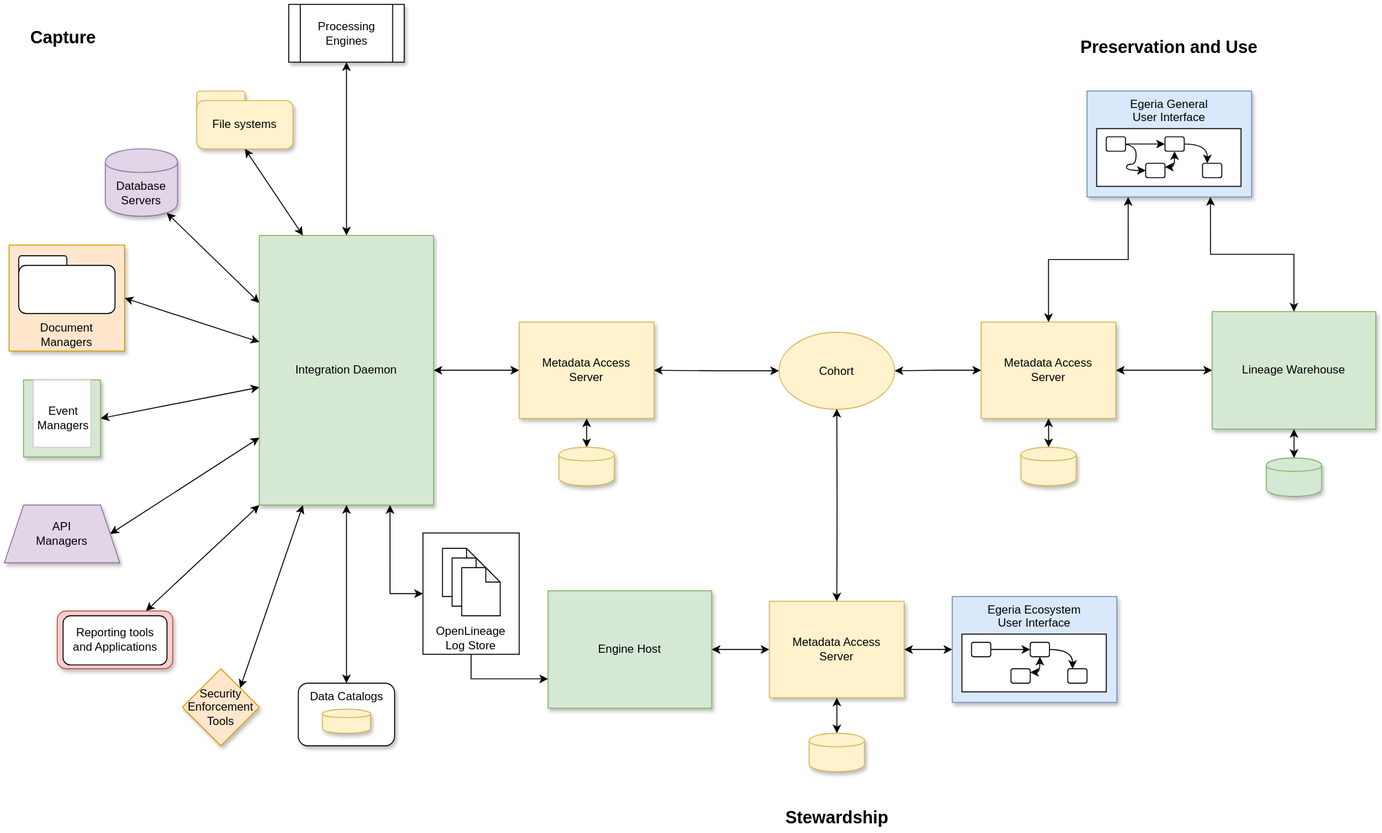
Above: site/docs/features/lineage-management/lineage-architecture.svg in odpi/egeria-docs (draw.io), before the change. Source tidied: cells renumbered, new cells last; positions are measured from the earlier drawing's top-left corner, leaving out a move shared by most shapes.
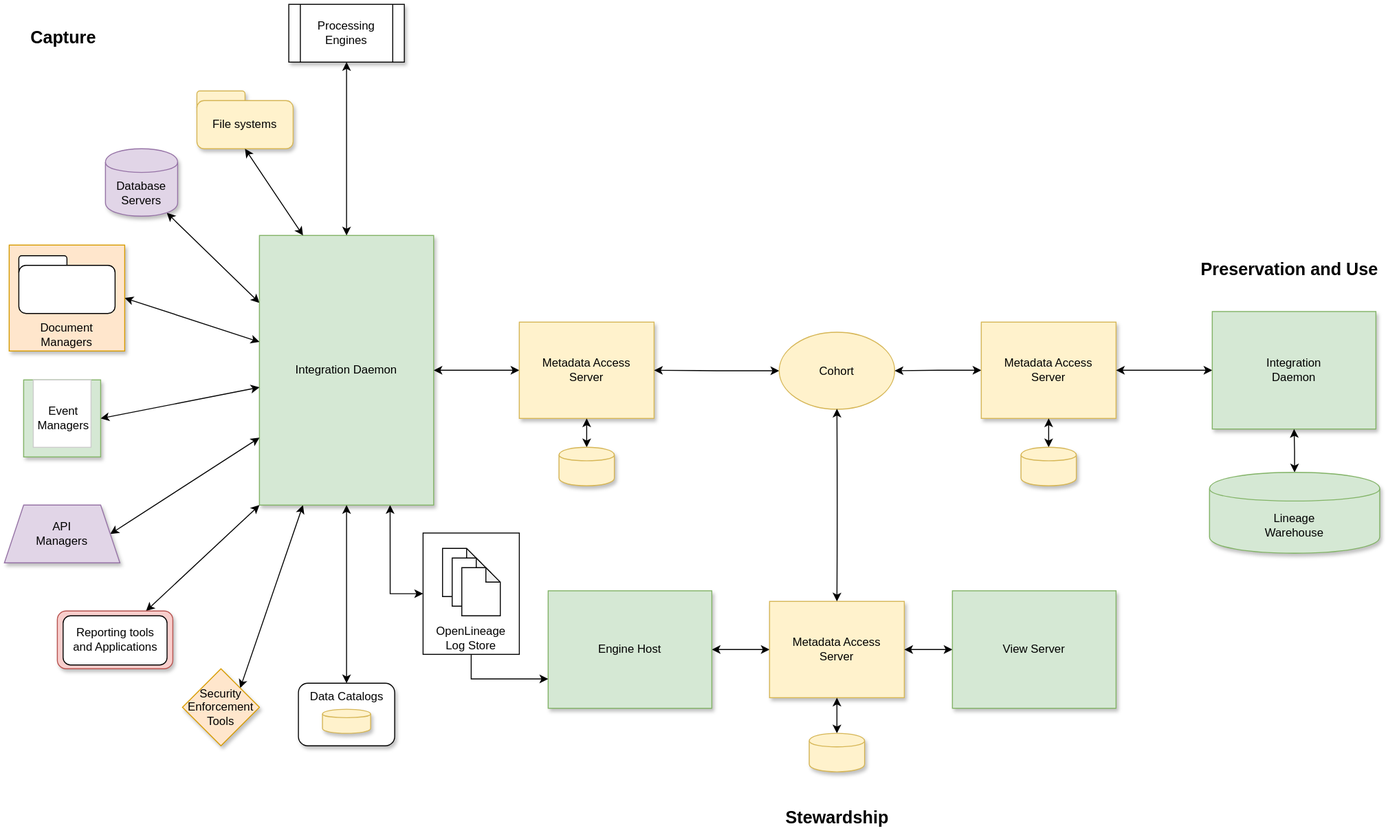
The same file after the commit.

Change to the diagram source:
```diff
@@ -8,7 +8,7 @@
     <mxCell id="3" style="edgeStyle=none;rounded=0;jettySize=auto;html=1;exitX=0.25;exitY=1;exitDx=0;exitDy=0;entryX=1;entryY=0;entryDx=0;entryDy=0;startArrow=classic;startFill=1;" parent="1" edge="1" source="5" target="37">
       <mxGeometry relative="1" as="geometry" />
     </mxCell>
-    <mxCell id="4" style="edgeStyle=orthogonalEdgeStyle;rounded=0;jettySize=auto;html=1;exitX=0.75;exitY=1;exitDx=0;exitDy=0;entryX=0;entryY=0.5;entryDx=0;entryDy=0;startArrow=classic;startFill=1;" parent="1" edge="1" source="5" target="78">
+    <mxCell id="4" style="edgeStyle=orthogonalEdgeStyle;rounded=0;jettySize=auto;html=1;exitX=0.75;exitY=1;exitDx=0;exitDy=0;entryX=0;entryY=0.5;entryDx=0;entryDy=0;startArrow=classic;startFill=1;" parent="1" edge="1" source="5" target="56">
       <mxGeometry relative="1" as="geometry" />
     </mxCell>
     <mxCell id="5" value="Integration Daemon" style="rounded=0;whiteSpace=wrap;html=1;verticalAlign=middle;fillColor=#d5e8d4;strokeColor=#82b366;shadow=1;align=center;" parent="1" vertex="1">
@@ -125,7 +125,7 @@
     <mxCell id="42" style="edgeStyle=orthogonalEdgeStyle;rounded=0;jettySize=auto;html=1;startArrow=classic;startFill=1;" parent="1" edge="1" source="43" target="39">
       <mxGeometry relative="1" as="geometry" />
     </mxCell>
-    <mxCell id="43" value="Lineage Warehouse" style="rounded=0;whiteSpace=wrap;html=1;verticalAlign=middle;fillColor=#d5e8d4;strokeColor=#82b366;shadow=1;" parent="1" vertex="1">
+    <mxCell id="43" value="Integration&lt;div&gt;Daemon&lt;/div&gt;" style="rounded=0;whiteSpace=wrap;html=1;verticalAlign=middle;fillColor=#d5e8d4;strokeColor=#82b366;shadow=1;" parent="1" vertex="1">
       <mxGeometry x="1255" y="319" width="170" height="122" as="geometry" />
     </mxCell>
     <mxCell id="44" style="edgeStyle=orthogonalEdgeStyle;rounded=0;jettySize=auto;html=1;entryX=0.5;entryY=1;entryDx=0;entryDy=0;startArrow=classic;startFill=1;" parent="1" edge="1" source="45">
@@ -133,120 +133,58 @@
         <mxPoint x="1340" y="441" as="targetPoint" />
       </mxGeometry>
     </mxCell>
-    <mxCell id="45" style="shape=cylinder;whiteSpace=wrap;html=1;boundedLbl=1;backgroundOutline=1;fillColor=#d5e8d4;strokeColor=#82b366;shadow=1;" parent="1" vertex="1">
-      <mxGeometry x="1311.2" y="471" width="57.5" height="40" as="geometry" />
+    <mxCell id="45" value="Lineage&lt;div&gt;Warehouse&lt;/div&gt;" style="shape=cylinder;whiteSpace=wrap;html=1;boundedLbl=1;backgroundOutline=1;fillColor=#d5e8d4;strokeColor=#82b366;shadow=1;" parent="1" vertex="1">
+      <mxGeometry x="1252.1" y="486" width="176.9" height="84" as="geometry" />
     </mxCell>
-    <mxCell id="46" style="edgeStyle=orthogonalEdgeStyle;rounded=0;jettySize=auto;html=1;startArrow=classic;startFill=1;exitX=0.25;exitY=1;exitDx=0;exitDy=0;" parent="1" edge="1" source="48" target="39">
+    <mxCell id="46" style="edgeStyle=orthogonalEdgeStyle;curved=1;rounded=0;jettySize=auto;html=1;startArrow=classic;startFill=1;" parent="1" edge="1" source="47" target="51">
       <mxGeometry relative="1" as="geometry" />
     </mxCell>
-    <mxCell id="47" style="edgeStyle=orthogonalEdgeStyle;rounded=0;jettySize=auto;html=1;startArrow=classic;startFill=1;exitX=0.75;exitY=1;exitDx=0;exitDy=0;" parent="1" edge="1" source="48" target="43">
-      <mxGeometry relative="1" as="geometry" />
+    <mxCell id="47" value="Metadata Access&lt;br&gt;Server" style="rounded=0;whiteSpace=wrap;html=1;verticalAlign=middle;fillColor=#fff2cc;strokeColor=#d6b656;shadow=1;align=center;" parent="1" vertex="1">
+      <mxGeometry x="795" y="620" width="140" height="100" as="geometry" />
     </mxCell>
-    <mxCell id="48" value="Egeria General&lt;br&gt;User Interface" style="rounded=0;whiteSpace=wrap;html=1;shadow=1;verticalAlign=top;fillColor=#dae8fc;strokeColor=#6c8ebf;" parent="1" vertex="1">
-      <mxGeometry x="1125" y="90" width="171" height="110" as="geometry" />
+    <mxCell id="48" style="edgeStyle=orthogonalEdgeStyle;curved=1;rounded=0;jettySize=auto;html=1;startArrow=classic;startFill=1;" parent="1" edge="1" target="47">
+      <mxGeometry relative="1" as="geometry">
+        <mxPoint x="865" y="420" as="sourcePoint" />
+      </mxGeometry>
     </mxCell>
-    <mxCell id="49" style="rounded=0;whiteSpace=wrap;html=1;shadow=0;" parent="1" vertex="1">
-      <mxGeometry x="1135" y="129" width="150" height="60" as="geometry" />
+    <mxCell id="49" style="edgeStyle=orthogonalEdgeStyle;rounded=0;jettySize=auto;html=1;startArrow=classic;startFill=1;" parent="1" edge="1" source="50" target="47">
+      <mxGeometry relative="1" as="geometry" />
     </mxCell>
-    <mxCell id="50" style="rounded=1;whiteSpace=wrap;html=1;shadow=0;" parent="1" vertex="1">
-      <mxGeometry x="1245" y="165" width="20" height="15" as="geometry" />
+    <mxCell id="50" style="shape=cylinder;whiteSpace=wrap;html=1;boundedLbl=1;backgroundOutline=1;fillColor=#fff2cc;strokeColor=#d6b656;shadow=1;" parent="1" vertex="1">
+      <mxGeometry x="836.2" y="757" width="57.5" height="40" as="geometry" />
     </mxCell>
-    <mxCell id="51" style="edgeStyle=orthogonalEdgeStyle;curved=1;rounded=0;jettySize=auto;html=1;entryX=0.25;entryY=0;entryDx=0;entryDy=0;startArrow=none;startFill=0;" parent="1" edge="1" source="52" target="50">
-      <mxGeometry relative="1" as="geometry" />
+    <mxCell id="51" value="Engine Host" style="rounded=0;whiteSpace=wrap;html=1;verticalAlign=middle;fillColor=#d5e8d4;strokeColor=#82b366;shadow=1;" parent="1" vertex="1">
+      <mxGeometry x="565" y="609" width="170" height="122" as="geometry" />
     </mxCell>
-    <mxCell id="52" style="rounded=1;whiteSpace=wrap;html=1;shadow=0;" parent="1" vertex="1">
-      <mxGeometry x="1206" y="137.5" width="20" height="15" as="geometry" />
+    <mxCell id="52" value="Capture" style="text;html=1;align=center;verticalAlign=middle;points=[];strokeColor=none;fontSize=18;fontStyle=1;" parent="1" vertex="1">
+      <mxGeometry x="21" y="20" width="80" height="30" as="geometry" />
     </mxCell>
-    <mxCell id="53" style="edgeStyle=orthogonalEdgeStyle;curved=1;rounded=0;jettySize=auto;html=1;exitX=1;exitY=0.25;exitDx=0;exitDy=0;entryX=0.5;entryY=1;entryDx=0;entryDy=0;startArrow=classic;startFill=1;" parent="1" edge="1" source="54" target="52">
-      <mxGeometry relative="1" as="geometry" />
+    <mxCell id="53" value="Stewardship" style="text;html=1;align=center;verticalAlign=middle;strokeColor=none;fontSize=18;fontStyle=1;" parent="1" vertex="1">
+      <mxGeometry x="805" y="830" width="120" height="30" as="geometry" />
     </mxCell>
-    <mxCell id="54" style="rounded=1;whiteSpace=wrap;html=1;shadow=0;" parent="1" vertex="1">
-      <mxGeometry x="1186" y="165" width="20" height="15" as="geometry" />
+    <mxCell id="54" value="Preservation and Use" style="text;html=1;align=center;verticalAlign=middle;points=[];strokeColor=none;fontSize=18;fontStyle=1;" parent="1" vertex="1">
+      <mxGeometry x="1235" y="261" width="200" height="30" as="geometry" />
     </mxCell>
-    <mxCell id="55" style="edgeStyle=orthogonalEdgeStyle;rounded=0;jettySize=auto;html=1;entryX=0;entryY=0.5;entryDx=0;entryDy=0;startArrow=none;startFill=0;curved=1;" parent="1" edge="1" source="57" target="52">
+    <mxCell id="55" style="edgeStyle=orthogonalEdgeStyle;rounded=0;jettySize=auto;html=1;entryX=0;entryY=0.75;entryDx=0;entryDy=0;exitX=0.5;exitY=1;exitDx=0;exitDy=0;" parent="1" edge="1" source="56" target="51">
       <mxGeometry relative="1" as="geometry" />
     </mxCell>
-    <mxCell id="56" style="edgeStyle=orthogonalEdgeStyle;curved=1;rounded=0;jettySize=auto;html=1;entryX=0;entryY=0.5;entryDx=0;entryDy=0;startArrow=classic;startFill=1;" parent="1" edge="1" target="54">
-      <mxGeometry relative="1" as="geometry">
-        <mxPoint x="1155" y="145" as="sourcePoint" />
-      </mxGeometry>
+    <mxCell id="56" value="OpenLineage&lt;br&gt;Log Store" style="rounded=0;whiteSpace=wrap;html=1;fontFamily=Helvetica;fontSize=12;fontColor=#000000;align=center;verticalAlign=bottom;" parent="1" vertex="1">
+      <mxGeometry x="435" y="549" width="100" height="126" as="geometry" />
     </mxCell>
-    <mxCell id="57" style="rounded=1;whiteSpace=wrap;html=1;shadow=0;" parent="1" vertex="1">
-      <mxGeometry x="1145" y="137.5" width="20" height="15" as="geometry" />
+    <mxCell id="57" style="shape=note;whiteSpace=wrap;html=1;backgroundOutline=1;darkOpacity=0.05;fontFamily=Helvetica;fontSize=24;fontColor=#000000;align=center;size=15;" parent="1" vertex="1">
+      <mxGeometry x="455.2" y="565" width="40" height="50" as="geometry" />
     </mxCell>
-    <mxCell id="58" style="edgeStyle=orthogonalEdgeStyle;curved=1;rounded=0;jettySize=auto;html=1;startArrow=classic;startFill=1;entryX=1;entryY=0.5;entryDx=0;entryDy=0;" parent="1" edge="1" source="59" target="69">
-      <mxGeometry relative="1" as="geometry" />
+    <mxCell id="58" style="shape=note;whiteSpace=wrap;html=1;backgroundOutline=1;darkOpacity=0.05;fontFamily=Helvetica;fontSize=24;fontColor=#000000;align=center;size=15;" parent="1" vertex="1">
+      <mxGeometry x="465.2" y="575" width="40" height="50" as="geometry" />
     </mxCell>
-    <mxCell id="59" value="Egeria Ecosystem&lt;br&gt;User Interface" style="rounded=0;whiteSpace=wrap;html=1;shadow=1;verticalAlign=top;fillColor=#dae8fc;strokeColor=#6c8ebf;" parent="1" vertex="1">
-      <mxGeometry x="985" y="615" width="171" height="110" as="geometry" />
+    <mxCell id="59" style="shape=note;whiteSpace=wrap;html=1;backgroundOutline=1;darkOpacity=0.05;fontFamily=Helvetica;fontSize=24;fontColor=#000000;align=center;size=15;" parent="1" vertex="1">
+      <mxGeometry x="475.2" y="585" width="40" height="50" as="geometry" />
     </mxCell>
-    <mxCell id="60" style="rounded=0;whiteSpace=wrap;html=1;shadow=0;" parent="1" vertex="1">
-      <mxGeometry x="995" y="654" width="150" height="60" as="geometry" />
+    <mxCell id="60" style="edgeStyle=orthogonalEdgeStyle;rounded=0;jettySize=auto;html=1;exitX=0;exitY=0.5;exitDx=0;exitDy=0;startArrow=classic;startFill=1;" parent="1" edge="1" source="61" target="47">
+      <mxGeometry relative="1" as="geometry" />
     </mxCell>
-    <mxCell id="61" style="rounded=1;whiteSpace=wrap;html=1;shadow=0;" parent="1" vertex="1">
-      <mxGeometry x="1105" y="690" width="20" height="15" as="geometry" />
+    <mxCell id="61" value="View Server" style="rounded=0;whiteSpace=wrap;html=1;verticalAlign=middle;fillColor=#d5e8d4;strokeColor=#82b366;shadow=1;" parent="1" vertex="1">
+      <mxGeometry x="985" y="609" width="170" height="122" as="geometry" />
     </mxCell>
-    <mxCell id="62" style="edgeStyle=orthogonalEdgeStyle;curved=1;rounded=0;jettySize=auto;html=1;entryX=0.25;entryY=0;entryDx=0;entryDy=0;startArrow=none;startFill=0;" parent="1" edge="1" source="63" target="61">
-      <mxGeometry relative="1" as="geometry" />
-    </mxCell>
-    <mxCell id="63" style="rounded=1;whiteSpace=wrap;html=1;shadow=0;" parent="1" vertex="1">
-      <mxGeometry x="1066" y="662.5" width="20" height="15" as="geometry" />
-    </mxCell>
-    <mxCell id="64" style="edgeStyle=orthogonalEdgeStyle;curved=1;rounded=0;jettySize=auto;html=1;exitX=1;exitY=0.25;exitDx=0;exitDy=0;entryX=0.5;entryY=1;entryDx=0;entryDy=0;startArrow=classic;startFill=1;" parent="1" edge="1" source="65" target="63">
-      <mxGeometry relative="1" as="geometry" />
-    </mxCell>
-    <mxCell id="65" style="rounded=1;whiteSpace=wrap;html=1;shadow=0;" parent="1" vertex="1">
-      <mxGeometry x="1046" y="690" width="20" height="15" as="geometry" />
-    </mxCell>
-    <mxCell id="66" style="edgeStyle=orthogonalEdgeStyle;rounded=0;jettySize=auto;html=1;entryX=0;entryY=0.5;entryDx=0;entryDy=0;startArrow=none;startFill=0;curved=1;" parent="1" edge="1" source="67" target="63">
-      <mxGeometry relative="1" as="geometry" />
-    </mxCell>
-    <mxCell id="67" style="rounded=1;whiteSpace=wrap;html=1;shadow=0;" parent="1" vertex="1">
-      <mxGeometry x="1005" y="662.5" width="20" height="15" as="geometry" />
-    </mxCell>
-    <mxCell id="68" style="edgeStyle=orthogonalEdgeStyle;curved=1;rounded=0;jettySize=auto;html=1;startArrow=classic;startFill=1;" parent="1" edge="1" source="69" target="73">
-      <mxGeometry relative="1" as="geometry" />
-    </mxCell>
-    <mxCell id="69" value="Metadata Access&lt;br&gt;Server" style="rounded=0;whiteSpace=wrap;html=1;verticalAlign=middle;fillColor=#fff2cc;strokeColor=#d6b656;shadow=1;align=center;" parent="1" vertex="1">
-      <mxGeometry x="795" y="620" width="140" height="100" as="geometry" />
-    </mxCell>
-    <mxCell id="70" style="edgeStyle=orthogonalEdgeStyle;curved=1;rounded=0;jettySize=auto;html=1;startArrow=classic;startFill=1;" parent="1" edge="1" target="69">
-      <mxGeometry relative="1" as="geometry">
-        <mxPoint x="865" y="420" as="sourcePoint" />
-      </mxGeometry>
-    </mxCell>
-    <mxCell id="71" style="edgeStyle=orthogonalEdgeStyle;rounded=0;jettySize=auto;html=1;startArrow=classic;startFill=1;" parent="1" edge="1" source="72" target="69">
-      <mxGeometry relative="1" as="geometry" />
-    </mxCell>
-    <mxCell id="72" style="shape=cylinder;whiteSpace=wrap;html=1;boundedLbl=1;backgroundOutline=1;fillColor=#fff2cc;strokeColor=#d6b656;shadow=1;" parent="1" vertex="1">
-      <mxGeometry x="836.2" y="757" width="57.5" height="40" as="geometry" />
-    </mxCell>
-    <mxCell id="73" value="Engine Host" style="rounded=0;whiteSpace=wrap;html=1;verticalAlign=middle;fillColor=#d5e8d4;strokeColor=#82b366;shadow=1;" parent="1" vertex="1">
-      <mxGeometry x="565" y="609" width="170" height="122" as="geometry" />
-    </mxCell>
-    <mxCell id="74" value="Capture" style="text;html=1;align=center;verticalAlign=middle;strokeColor=none;fontSize=18;fontStyle=1;" parent="1" vertex="1">
-      <mxGeometry x="21" y="20" width="80" height="30" as="geometry" />
-    </mxCell>
-    <mxCell id="75" value="Stewardship" style="text;html=1;align=center;verticalAlign=middle;strokeColor=none;fontSize=18;fontStyle=1;" parent="1" vertex="1">
-      <mxGeometry x="805" y="830" width="120" height="30" as="geometry" />
-    </mxCell>
-    <mxCell id="76" value="Preservation and Use" style="text;html=1;align=center;verticalAlign=middle;strokeColor=none;fontSize=18;fontStyle=1;" parent="1" vertex="1">
-      <mxGeometry x="1110" y="30" width="200" height="30" as="geometry" />
-    </mxCell>
-    <mxCell id="77" style="edgeStyle=orthogonalEdgeStyle;rounded=0;jettySize=auto;html=1;entryX=0;entryY=0.75;entryDx=0;entryDy=0;exitX=0.5;exitY=1;exitDx=0;exitDy=0;" parent="1" edge="1" source="78" target="73">
-      <mxGeometry relative="1" as="geometry" />
-    </mxCell>
-    <mxCell id="78" value="OpenLineage&lt;br&gt;Log Store" style="rounded=0;whiteSpace=wrap;html=1;fontFamily=Helvetica;fontSize=12;fontColor=#000000;align=center;verticalAlign=bottom;" parent="1" vertex="1">
-      <mxGeometry x="435" y="549" width="100" height="126" as="geometry" />
-    </mxCell>
-    <mxCell id="79" style="shape=note;whiteSpace=wrap;html=1;backgroundOutline=1;darkOpacity=0.05;fontFamily=Helvetica;fontSize=24;fontColor=#000000;align=center;size=15;" parent="1" vertex="1">
-      <mxGeometry x="455.2" y="565" width="40" height="50" as="geometry" />
-    </mxCell>
-    <mxCell id="80" style="shape=note;whiteSpace=wrap;html=1;backgroundOutline=1;darkOpacity=0.05;fontFamily=Helvetica;fontSize=24;fontColor=#000000;align=center;size=15;" parent="1" vertex="1">
-      <mxGeometry x="465.2" y="575" width="40" height="50" as="geometry" />
-    </mxCell>
-    <mxCell id="81" style="shape=note;whiteSpace=wrap;html=1;backgroundOutline=1;darkOpacity=0.05;fontFamily=Helvetica;fontSize=24;fontColor=#000000;align=center;size=15;" parent="1" vertex="1">
-      <mxGeometry x="475.2" y="585" width="40" height="50" as="geometry" />
-    </mxCell>
   </root>
 </mxGraphModel>
```
